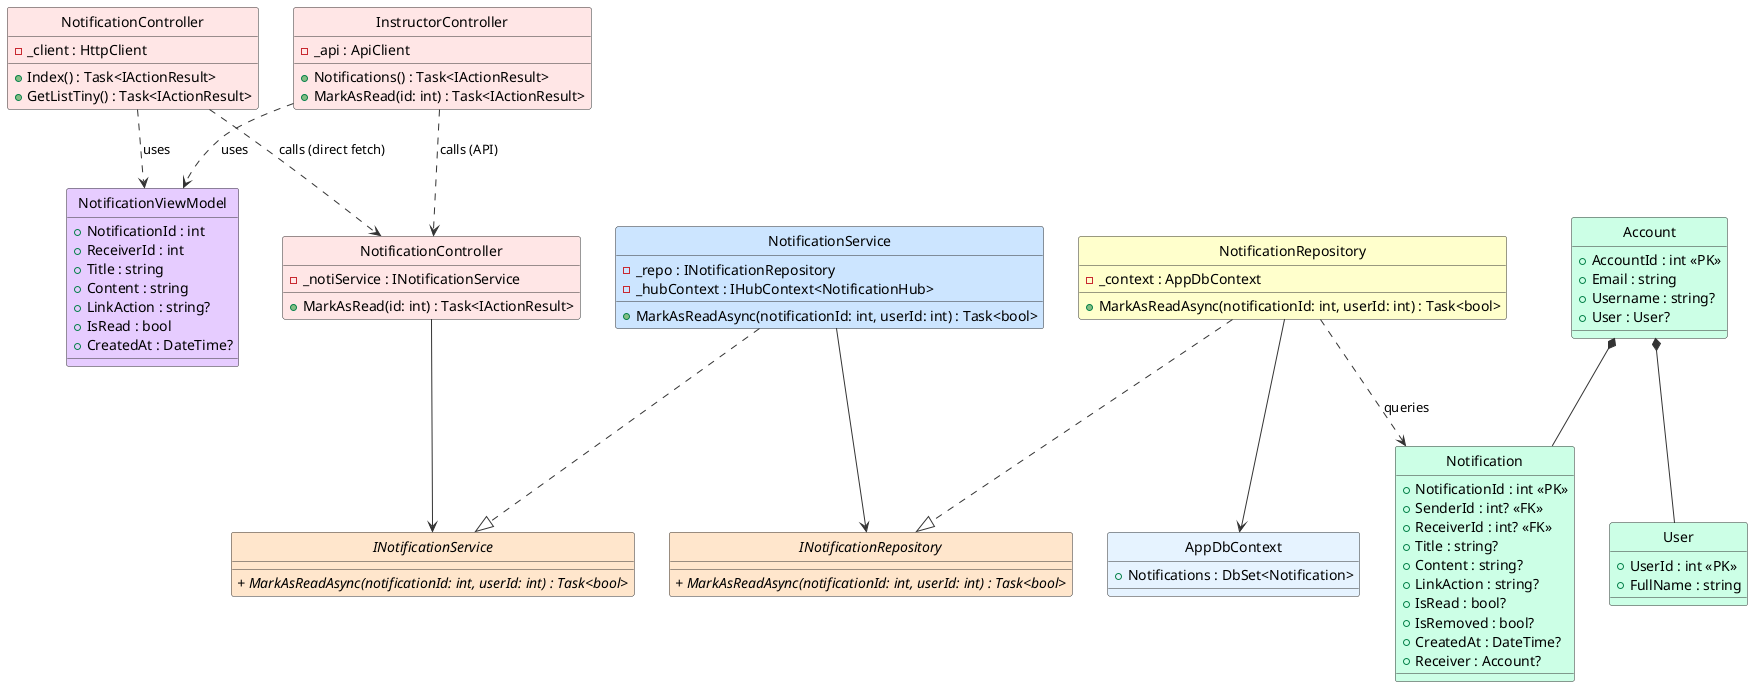
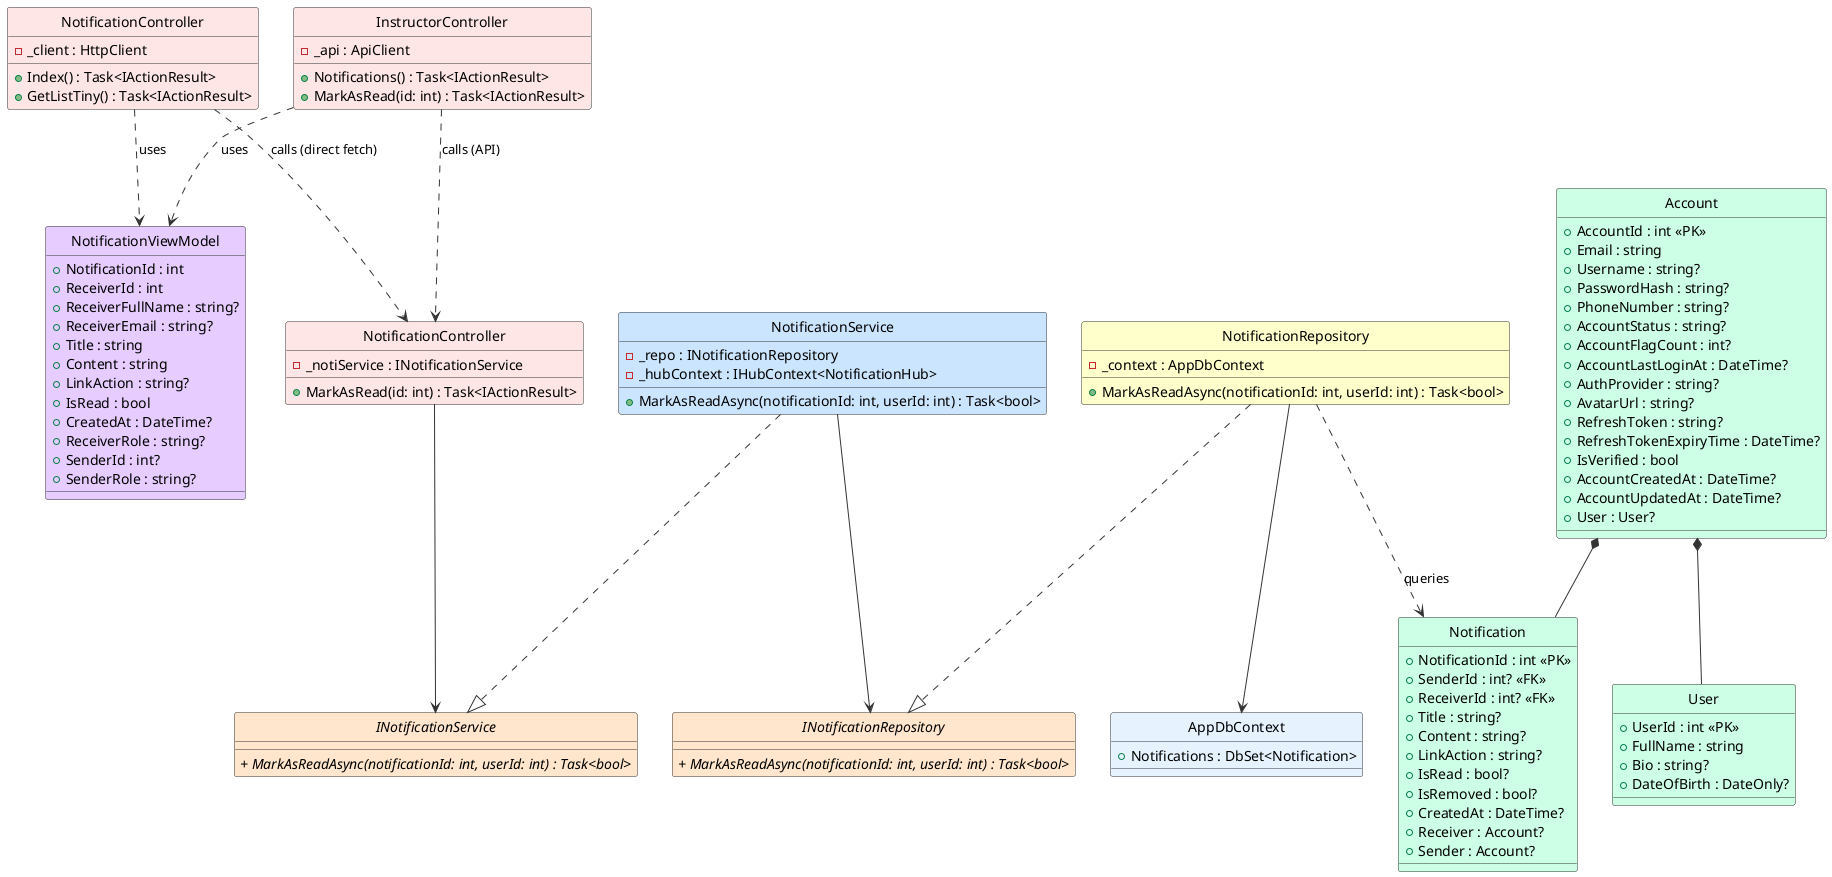
@startuml MarkAsRead_ClassDiagram

' Styling & Settings
skinparam style strictuml
skinparam shadowing false
skinparam class {
    BackgroundColor White
    BorderColor #1A73E8
    ArrowColor #5F6368
}

!define ABSTRACT_COLOR #FFE6CC
!define SERVICE_COLOR #CCE5FF
!define DTO_COLOR #E6CCFF
!define ENTITY_COLOR #CCFFE6
!define REPOSITORY_COLOR #FFFFCC
!define CONTROLLER_COLOR #FFE6E6
+ !define DbContext #E6F3FF

skinparam backgroundColor #FFFFFF
skinparam classBackgroundColor #F9F9F9
skinparam classBorderColor #333333
skinparam arrowColor #333333

' ==================== FRONTEND ====================

class "NotificationController" as FENotificationController #FFE6E6 {
    - _client : HttpClient
    + Index() : Task<IActionResult>
    + GetListTiny() : Task<IActionResult>
}

class InstructorController #FFE6E6 {
    - _api : ApiClient
    + Notifications() : Task<IActionResult>
    + MarkAsRead(id: int) : Task<IActionResult>
}

class NotificationViewModel #E6CCFF {
    + NotificationId : int
    + ReceiverId : int
+     + ReceiverFullName : string?
+     + ReceiverEmail : string?
    + Title : string
    + Content : string
    + LinkAction : string?
    + IsRead : bool
    + CreatedAt : DateTime?
+     + ReceiverRole : string?
+     + SenderId : int?
+     + SenderRole : string?
}

' ==================== BACKEND - CONTROLLER ====================

class "NotificationController" as BENotificationController #FFE6E6 {
    - _notiService : INotificationService
    + MarkAsRead(id: int) : Task<IActionResult>
}

' ==================== BACKEND - SERVICE INTERFACES ====================

interface INotificationService #FFE6CC {
    //+ MarkAsReadAsync(notificationId: int, userId: int) : Task<bool>//
}

' ==================== BACKEND - SERVICE IMPLEMENTATION ====================

class NotificationService #CCE5FF {
    - _repo : INotificationRepository
    - _hubContext : IHubContext<NotificationHub>
    + MarkAsReadAsync(notificationId: int, userId: int) : Task<bool>
}

' ==================== BACKEND - REPOSITORY INTERFACES ====================

interface INotificationRepository #FFE6CC {
    //+ MarkAsReadAsync(notificationId: int, userId: int) : Task<bool>//
}

' ==================== BACKEND - REPOSITORY IMPLEMENTATION ====================

class NotificationRepository #FFFFCC {
    - _context : AppDbContext
    + MarkAsReadAsync(notificationId: int, userId: int) : Task<bool>
}

' ==================== BACKEND - DbContext ====================

class AppDbContext #E6F3FF {
    + Notifications : DbSet<Notification>
}

' ==================== BACKEND - DOMAIN ENTITIES ====================

class Notification #CCFFE6 {
    + NotificationId : int <<PK>>
    + SenderId : int? <<FK>>
    + ReceiverId : int? <<FK>>
    + Title : string?
    + Content : string?
    + LinkAction : string?
    + IsRead : bool?
    + IsRemoved : bool?
    + CreatedAt : DateTime?
    + Receiver : Account?
+     + Sender : Account?
}

class Account #CCFFE6 {
    + AccountId : int <<PK>>
    + Email : string
    + Username : string?
+     + PasswordHash : string?
+     + PhoneNumber : string?
+     + AccountStatus : string?
+     + AccountFlagCount : int?
+     + AccountLastLoginAt : DateTime?
+     + AuthProvider : string?
+     + AvatarUrl : string?
+     + RefreshToken : string?
+     + RefreshTokenExpiryTime : DateTime?
+     + IsVerified : bool
+     + AccountCreatedAt : DateTime?
+     + AccountUpdatedAt : DateTime?
    + User : User?
}

class User #CCFFE6 {
    + UserId : int <<PK>>
    + FullName : string
+     + Bio : string?
+     + DateOfBirth : DateOnly?
}

' ==================== RELATIONSHIPS ====================

' === COMPOSITION (filled diamond) ===
Account *-- User
Account *-- Notification

' === UNIDIRECTIONAL ASSOCIATION (solid arrow) ===
BENotificationController --> INotificationService
NotificationService --> INotificationRepository
NotificationRepository --> AppDbContext
+ ' Notification -- Account

' === INTERFACE REALIZATION ===
NotificationService ..|> INotificationService
NotificationRepository ..|> INotificationRepository

' === DEPENDENCY (dashed arrows) ===
FENotificationController ..> BENotificationController : calls (direct fetch)
InstructorController ..> BENotificationController : calls (API)
FENotificationController ..> NotificationViewModel : uses
InstructorController ..> NotificationViewModel : uses
NotificationRepository ..> Notification : queries

@enduml
